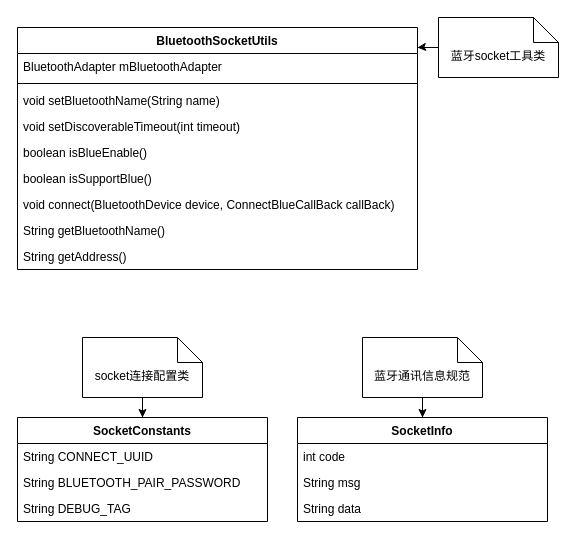
This is mbluetooth框架设计类图2.drawio from ColonelDarcy2018/excelsior, a draw.io file, before an edit. Source tidied: cells renumbered, new cells numbered last; positions are measured from the earlier drawing's top-left corner, leaving out a move shared by most shapes. Both pictures are drawn from the tidied source at 100%, with x=0, y=0 at pixel (17, 17).
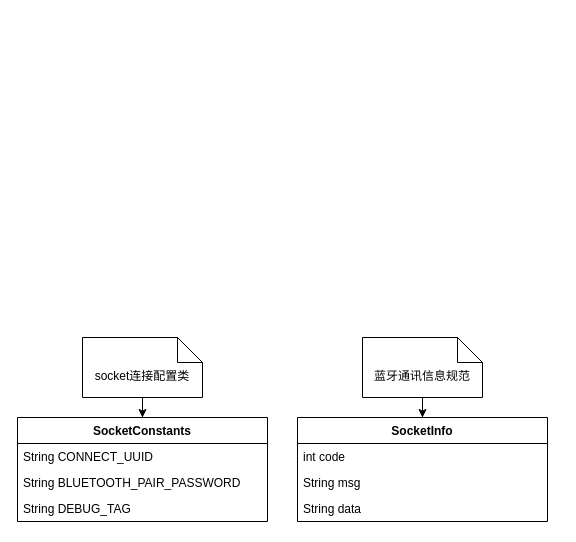
After the change.

Commit message:
Update mbluetooth框架设计类图2.drawio

Diff of the diagram source:
```diff
@@
-    <mxCell id="2" value="BluetoothSocketUtils" style="swimlane;fontStyle=1;align=center;verticalAlign=top;horizontal=1;startSize=26;" parent="1" vertex="1">
-      <mxGeometry y="10" width="400" height="242" as="geometry" />
-    </mxCell>
-    <mxCell id="3" value="BluetoothAdapter mBluetoothAdapter" style="text;strokeColor=none;fillColor=none;align=left;verticalAlign=top;spacingLeft=4;spacingRight=4;overflow=hidden;" parent="2" vertex="1">
-      <mxGeometry y="26" width="400" height="26" as="geometry" />
-    </mxCell>
-    <mxCell id="4" style="line;strokeWidth=1;fillColor=none;align=left;verticalAlign=middle;spacingTop=-1;spacingLeft=3;spacingRight=3;labelPosition=right;" parent="2" vertex="1">
-      <mxGeometry y="52" width="400" height="8" as="geometry" />
-    </mxCell>
-    <mxCell id="5" value="void setBluetoothName(String name)" style="text;strokeColor=none;fillColor=none;align=left;verticalAlign=top;spacingLeft=4;spacingRight=4;overflow=hidden;" parent="2" vertex="1">
-      <mxGeometry y="60" width="400" height="26" as="geometry" />
-    </mxCell>
-    <mxCell id="6" value="void setDiscoverableTimeout(int timeout)" style="text;strokeColor=none;fillColor=none;align=left;verticalAlign=top;spacingLeft=4;spacingRight=4;overflow=hidden;" parent="2" vertex="1">
-      <mxGeometry y="86" width="400" height="26" as="geometry" />
-    </mxCell>
-    <mxCell id="7" value="boolean isBlueEnable()" style="text;strokeColor=none;fillColor=none;align=left;verticalAlign=top;spacingLeft=4;spacingRight=4;overflow=hidden;" parent="2" vertex="1">
-      <mxGeometry y="112" width="400" height="26" as="geometry" />
-    </mxCell>
-    <mxCell id="8" value="boolean isSupportBlue()" style="text;strokeColor=none;fillColor=none;align=left;verticalAlign=top;spacingLeft=4;spacingRight=4;overflow=hidden;" parent="2" vertex="1">
-      <mxGeometry y="138" width="400" height="26" as="geometry" />
-    </mxCell>
-    <mxCell id="9" value="void connect(BluetoothDevice device, ConnectBlueCallBack callBack)" style="text;strokeColor=none;fillColor=none;align=left;verticalAlign=top;spacingLeft=4;spacingRight=4;overflow=hidden;" parent="2" vertex="1">
-      <mxGeometry y="164" width="400" height="26" as="geometry" />
-    </mxCell>
-    <mxCell id="10" value="String getBluetoothName()" style="text;strokeColor=none;fillColor=none;align=left;verticalAlign=top;spacingLeft=4;spacingRight=4;overflow=hidden;" parent="2" vertex="1">
-      <mxGeometry y="190" width="400" height="26" as="geometry" />
-    </mxCell>
-    <mxCell id="11" value="String getAddress()" style="text;strokeColor=none;fillColor=none;align=left;verticalAlign=top;spacingLeft=4;spacingRight=4;overflow=hidden;" parent="2" vertex="1">
-      <mxGeometry y="216" width="400" height="26" as="geometry" />
-    </mxCell>
-    <mxCell id="12" style="edgeStyle=orthogonalEdgeStyle;rounded=0;jettySize=auto;html=1;entryX=1;entryY=0.083;entryDx=0;entryDy=0;entryPerimeter=0;" parent="1" edge="1" source="13" target="2">
-      <mxGeometry relative="1" as="geometry" />
-    </mxCell>
-    <mxCell id="13" value="蓝牙socket工具类" style="shape=note2;boundedLbl=1;whiteSpace=wrap;html=1;size=25;verticalAlign=top;align=center;" parent="1" vertex="1">
-      <mxGeometry x="421" width="120" height="60" as="geometry" />
-    </mxCell>
```
